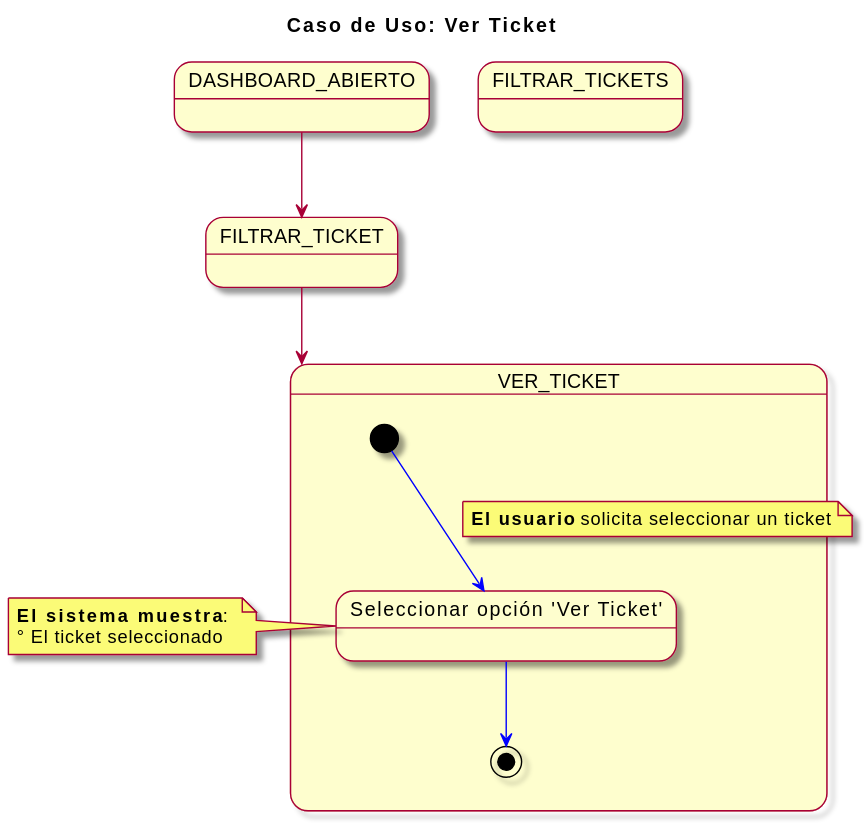
Above: imagenes/modelosUML/CDUVerTicket.svg in mmasias/23-24-IdSw1-SDR (PlantUML), before the change. Its diagram source:
```plantuml
@startuml
skin rose
title Caso de Uso: Ver Ticket

state DASHBOARD_ABIERTO
state FILTRAR_TICKETS

DASHBOARD_ABIERTO --> FILTRAR_TICKET
FILTRAR_TICKET --> VER_TICKET

state VER_TICKET {

  [*] -[#blue]-> seleccionarOpcionVer
  note on link : **El usuario** solicita seleccionar un ticket
  state "Seleccionar opción 'Ver Ticket'" as seleccionarOpcionVer
  seleccionarOpcionVer -[#blue]-> [*]
}

note left of seleccionarOpcionVer
  **El sistema muestra**:
  ° El ticket seleccionado
end note
@enduml
```
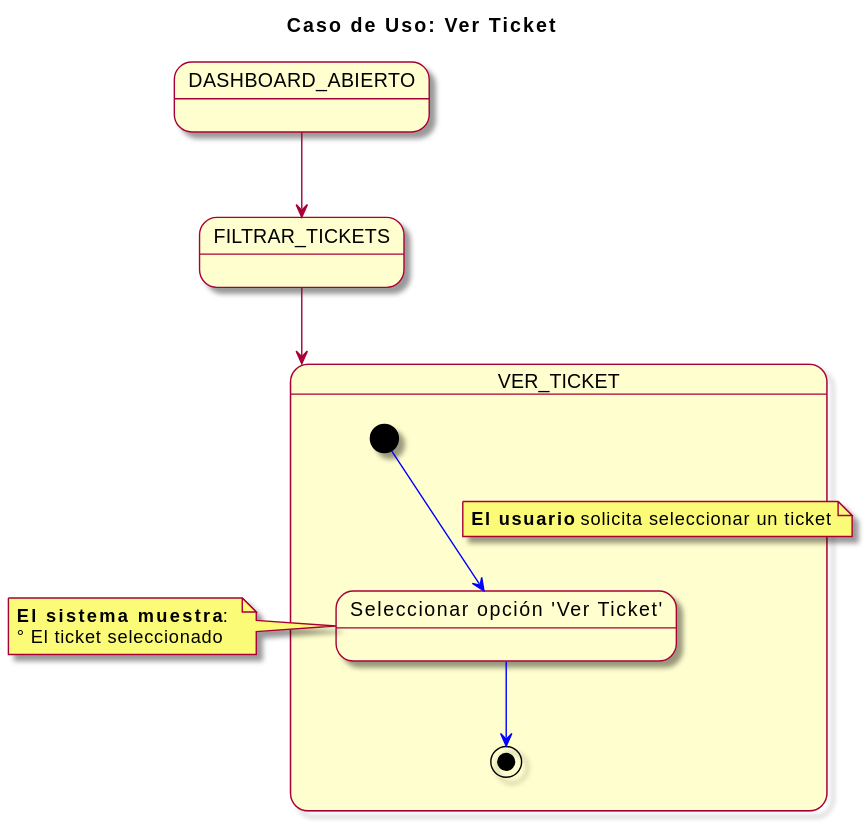
After the change.

Diff of the diagram source:
```diff
@@ -5,8 +5,8 @@
 state DASHBOARD_ABIERTO
 state FILTRAR_TICKETS
 
-DASHBOARD_ABIERTO --> FILTRAR_TICKET
-FILTRAR_TICKET --> VER_TICKET
+DASHBOARD_ABIERTO --> FILTRAR_TICKETS
+FILTRAR_TICKETS --> VER_TICKET
 
 state VER_TICKET {
 
```
